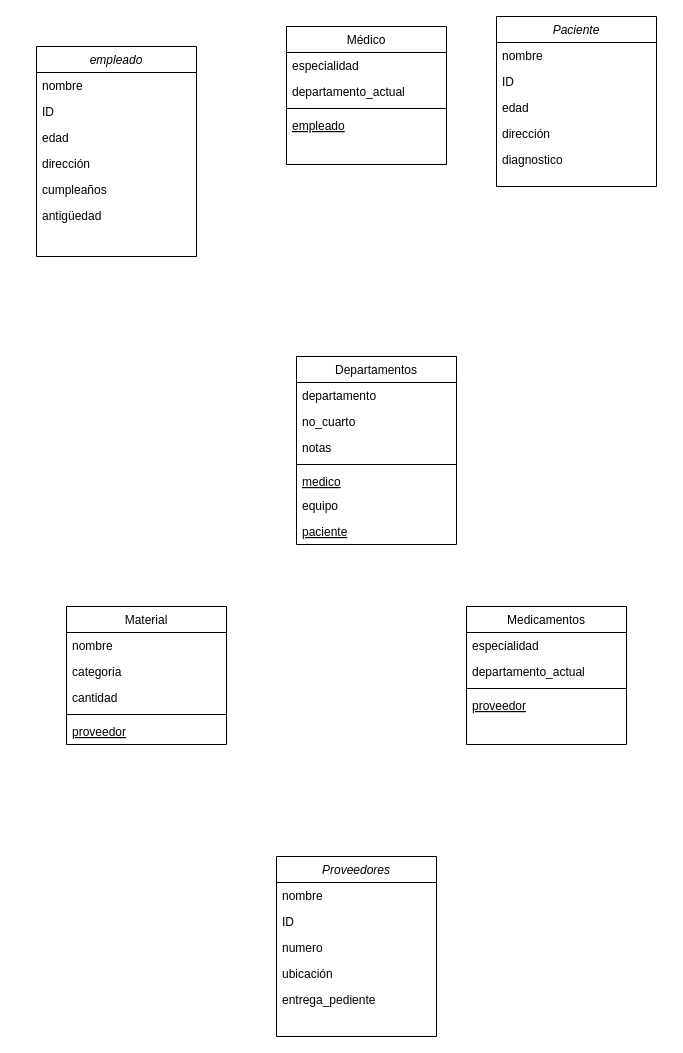
Above: Diagrama sin título.drawio in Captain-JKM/EjerciciosClase (draw.io), before the change. Source tidied: cells renumbered, new cells numbered last; positions are measured from the earlier drawing's top-left corner, leaving out a move shared by most shapes. Both pictures are drawn from the tidied source at 100%, with x=0, y=0 at pixel (36, 16).
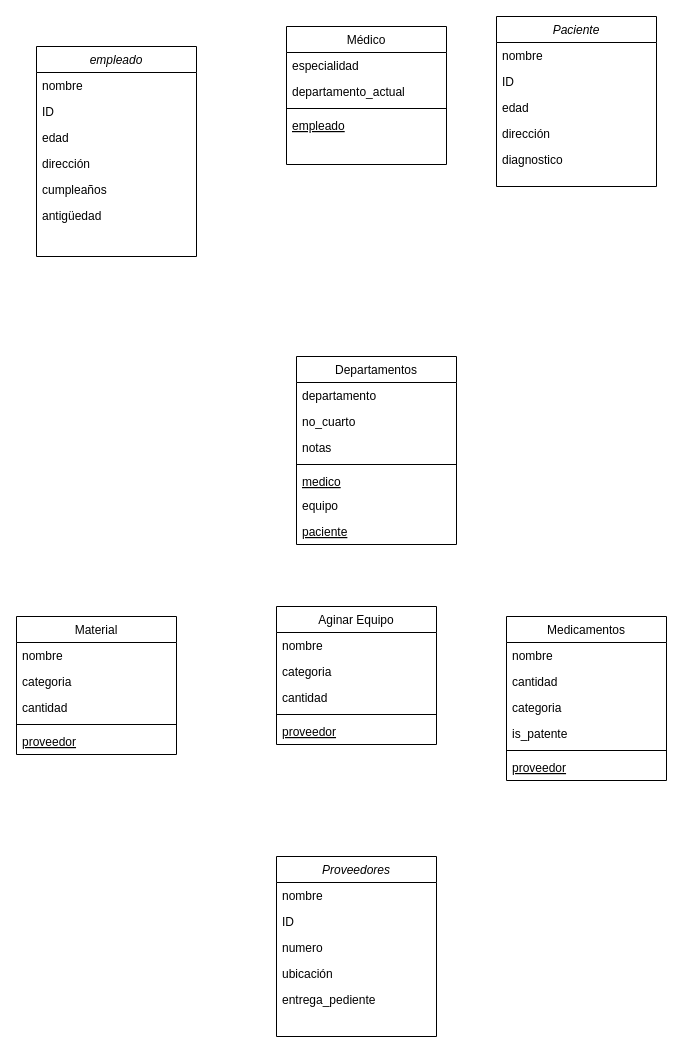
Above is the later version.

The edit, as a diff of the source:
```diff
@@
-    <mxCell id="34" value="Material" style="swimlane;fontStyle=0;align=center;verticalAlign=top;horizontal=1;startSize=26;rounded=0;shadow=0;strokeWidth=1;" parent="1" vertex="1">
-      <mxGeometry x="30" y="590" width="160" height="138" as="geometry" />
+    <mxCell id="34" value="Aginar Equipo" style="swimlane;fontStyle=0;align=center;verticalAlign=top;horizontal=1;startSize=26;rounded=0;shadow=0;strokeWidth=1;" parent="1" vertex="1">
+      <mxGeometry x="240" y="590" width="160" height="138" as="geometry" />
     </mxCell>
@@
     <mxCell id="40" value="Medicamentos" style="swimlane;fontStyle=0;align=center;verticalAlign=top;horizontal=1;startSize=26;rounded=0;shadow=0;strokeWidth=1;" parent="1" vertex="1">
-      <mxGeometry x="430" y="590" width="160" height="138" as="geometry" />
+      <mxGeometry x="470" y="600" width="160" height="164" as="geometry" />
     </mxCell>
-    <mxCell id="41" value="especialidad" style="text;align=left;verticalAlign=top;spacingLeft=4;spacingRight=4;overflow=hidden;" parent="40" vertex="1">
+    <mxCell id="41" value="nombre" style="text;align=left;verticalAlign=top;spacingLeft=4;spacingRight=4;overflow=hidden;" parent="40" vertex="1">
       <mxGeometry y="26" width="160" height="26" as="geometry" />
     </mxCell>
-    <mxCell id="42" value="departamento_actual" style="text;align=left;verticalAlign=top;spacingLeft=4;spacingRight=4;overflow=hidden;rounded=0;shadow=0;html=0;" parent="40" vertex="1">
+    <mxCell id="42" value="cantidad" style="text;align=left;verticalAlign=top;spacingLeft=4;spacingRight=4;overflow=hidden;rounded=0;shadow=0;html=0;" parent="40" vertex="1">
       <mxGeometry y="52" width="160" height="26" as="geometry" />
     </mxCell>
+    <mxCell id="45" value="categoria" style="text;align=left;verticalAlign=top;spacingLeft=4;spacingRight=4;overflow=hidden;rounded=0;shadow=0;html=0;" parent="40" vertex="1">
+      <mxGeometry y="78" width="160" height="26" as="geometry" />
+    </mxCell>
+    <mxCell id="46" value="is_patente" style="text;align=left;verticalAlign=top;spacingLeft=4;spacingRight=4;overflow=hidden;rounded=0;shadow=0;html=0;" parent="40" vertex="1">
+      <mxGeometry y="104" width="160" height="26" as="geometry" />
+    </mxCell>
     <mxCell id="43" style="line;html=1;strokeWidth=1;align=left;verticalAlign=middle;spacingTop=-1;spacingLeft=3;spacingRight=3;labelPosition=right;" parent="40" vertex="1">
-      <mxGeometry y="78" width="160" height="8" as="geometry" />
+      <mxGeometry y="130" width="160" height="8" as="geometry" />
     </mxCell>
     <mxCell id="44" value="proveedor" style="text;align=left;verticalAlign=top;spacingLeft=4;spacingRight=4;overflow=hidden;fontStyle=4;" parent="40" vertex="1">
-      <mxGeometry y="86" width="160" height="26" as="geometry" />
+      <mxGeometry y="138" width="160" height="26" as="geometry" />
     </mxCell>
+    <mxCell id="47" value="Material" style="swimlane;fontStyle=0;align=center;verticalAlign=top;horizontal=1;startSize=26;rounded=0;shadow=0;strokeWidth=1;" parent="1" vertex="1">
+      <mxGeometry x="-20" y="600" width="160" height="138" as="geometry" />
+    </mxCell>
+    <mxCell id="48" value="nombre" style="text;align=left;verticalAlign=top;spacingLeft=4;spacingRight=4;overflow=hidden;" parent="47" vertex="1">
+      <mxGeometry y="26" width="160" height="26" as="geometry" />
+    </mxCell>
+    <mxCell id="49" value="categoria" style="text;align=left;verticalAlign=top;spacingLeft=4;spacingRight=4;overflow=hidden;rounded=0;shadow=0;html=0;" parent="47" vertex="1">
+      <mxGeometry y="52" width="160" height="26" as="geometry" />
+    </mxCell>
+    <mxCell id="50" value="cantidad" style="text;align=left;verticalAlign=top;spacingLeft=4;spacingRight=4;overflow=hidden;rounded=0;shadow=0;html=0;" parent="47" vertex="1">
+      <mxGeometry y="78" width="160" height="26" as="geometry" />
+    </mxCell>
+    <mxCell id="51" style="line;html=1;strokeWidth=1;align=left;verticalAlign=middle;spacingTop=-1;spacingLeft=3;spacingRight=3;labelPosition=right;" parent="47" vertex="1">
+      <mxGeometry y="104" width="160" height="8" as="geometry" />
+    </mxCell>
+    <mxCell id="52" value="proveedor" style="text;align=left;verticalAlign=top;spacingLeft=4;spacingRight=4;overflow=hidden;fontStyle=4;" parent="47" vertex="1">
+      <mxGeometry y="112" width="160" height="26" as="geometry" />
+    </mxCell>
```
